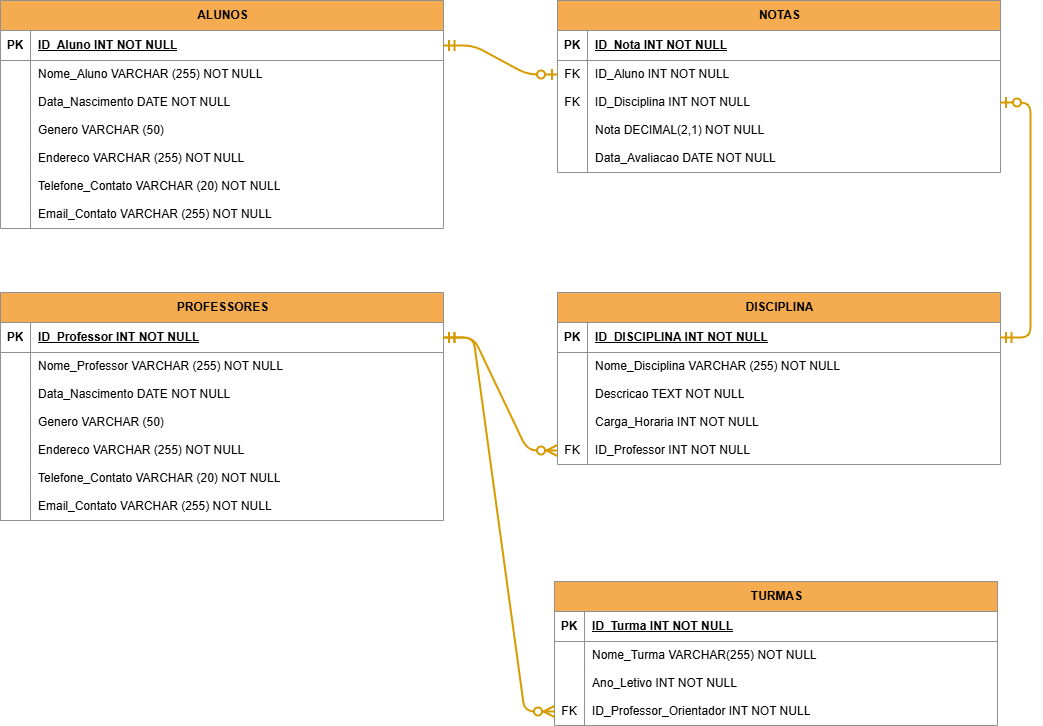
The draw.io diagram Representations/tbl_lgc_keys.png in matheusvieger/Data_Collection_Storage, before a commit. Source tidied: cells renumbered, new cells last; positions are measured from the earlier drawing's top-left corner, leaving out a move shared by most shapes.
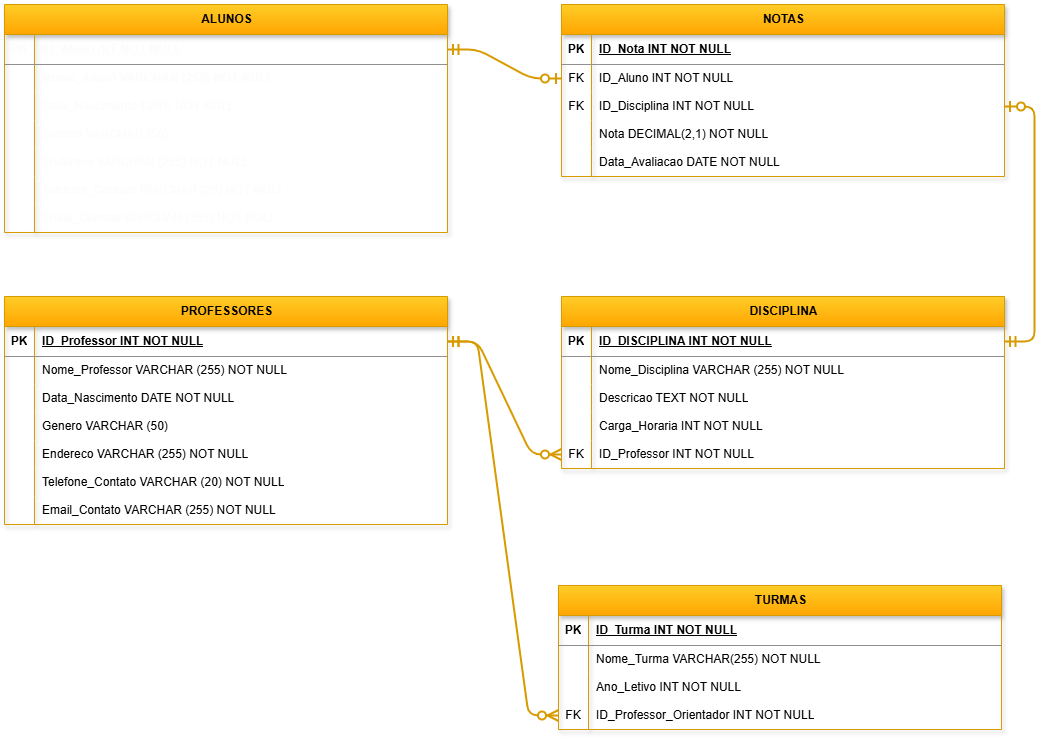
The same file after the commit.

Diff of the diagram source:
```diff
@@ -2,73 +2,73 @@
   <root>
     <mxCell id="0" />
     <mxCell id="1" parent="0" />
-    <mxCell id="2" value="ALUNOS" style="shape=table;startSize=30;rowLines=0;fontStyle=1;align=center;html=1;labelBackgroundColor=none;fillColor=#F5AB50;strokeColor=#909090;fontColor=#000000;rounded=0;labelBorderColor=none;" parent="1" vertex="1">
+    <mxCell id="2" value="ALUNOS" style="shape=table;startSize=30;rowLines=0;fontStyle=1;align=center;html=1;labelBackgroundColor=none;fillColor=#ffcd28;strokeColor=#d79b00;rounded=0;labelBorderColor=none;gradientColor=#ffa500;swimlaneLine=1;shadow=1;" parent="1" vertex="1">
       <mxGeometry width="443" height="228" as="geometry" />
     </mxCell>
-    <mxCell id="3" style="shape=tableRow;horizontal=0;startSize=0;swimlaneHead=0;swimlaneBody=0;fillColor=none;points=[[0,0.5],[1,0.5]];portConstraint=eastwest;top=0;left=0;right=0;bottom=1;labelBackgroundColor=default;strokeColor=#909090;fontColor=#000000;rounded=0;labelBorderColor=none;" parent="2" vertex="1">
+    <mxCell id="3" style="shape=tableRow;horizontal=0;startSize=0;swimlaneHead=0;swimlaneBody=0;fillColor=none;points=[[0,0.5],[1,0.5]];portConstraint=eastwest;top=0;left=0;right=0;bottom=1;labelBackgroundColor=none;strokeColor=#909090;fontColor=#fcfcfc;rounded=0;labelBorderColor=none;" parent="2" vertex="1">
       <mxGeometry y="30" width="443" height="30" as="geometry" />
     </mxCell>
-    <mxCell id="4" value="PK" style="shape=partialRectangle;fillColor=none;top=0;left=0;bottom=0;right=0;fontStyle=1;overflow=hidden;whiteSpace=wrap;html=1;labelBackgroundColor=default;strokeColor=#909090;fontColor=#000000;rounded=0;labelBorderColor=none;" parent="3" vertex="1">
+    <mxCell id="4" value="PK" style="shape=partialRectangle;fillColor=none;top=0;left=0;bottom=0;right=0;fontStyle=1;overflow=hidden;whiteSpace=wrap;html=1;labelBackgroundColor=none;strokeColor=#909090;fontColor=#fcfcfc;rounded=0;labelBorderColor=none;" parent="3" vertex="1">
       <mxGeometry width="30" height="30" as="geometry" />
     </mxCell>
-    <mxCell id="5" value="ID_Aluno INT NOT NULL" style="shape=partialRectangle;fillColor=none;top=0;left=0;bottom=0;right=0;align=left;spacingLeft=6;fontStyle=5;overflow=hidden;whiteSpace=wrap;html=1;labelBackgroundColor=default;strokeColor=#909090;fontColor=#000000;rounded=0;labelBorderColor=none;" parent="3" vertex="1">
+    <mxCell id="5" value="ID_Aluno INT NOT NULL" style="shape=partialRectangle;fillColor=none;top=0;left=0;bottom=0;right=0;align=left;spacingLeft=6;fontStyle=5;overflow=hidden;whiteSpace=wrap;html=1;labelBackgroundColor=none;strokeColor=#909090;fontColor=#fcfcfc;rounded=0;labelBorderColor=none;" parent="3" vertex="1">
       <mxGeometry x="30" width="413" height="30" as="geometry" />
     </mxCell>
-    <mxCell id="6" style="shape=tableRow;horizontal=0;startSize=0;swimlaneHead=0;swimlaneBody=0;fillColor=none;top=0;left=0;right=0;bottom=0;labelBackgroundColor=default;strokeColor=#909090;fontColor=#000000;rounded=0;labelBorderColor=none;" parent="2" vertex="1">
+    <mxCell id="6" style="shape=tableRow;horizontal=0;startSize=0;swimlaneHead=0;swimlaneBody=0;fillColor=none;top=0;left=0;right=0;bottom=0;labelBackgroundColor=none;strokeColor=#909090;fontColor=#fcfcfc;rounded=0;labelBorderColor=none;" parent="2" vertex="1">
       <mxGeometry y="60" width="443" height="28" as="geometry" />
     </mxCell>
-    <mxCell id="7" style="shape=partialRectangle;fillColor=none;top=0;left=0;bottom=0;right=0;overflow=hidden;whiteSpace=wrap;html=1;labelBackgroundColor=default;strokeColor=#909090;fontColor=#000000;rounded=0;labelBorderColor=none;" parent="6" vertex="1">
+    <mxCell id="7" style="shape=partialRectangle;fillColor=none;top=0;left=0;bottom=0;right=0;overflow=hidden;whiteSpace=wrap;html=1;labelBackgroundColor=none;strokeColor=#909090;fontColor=#fcfcfc;rounded=0;labelBorderColor=none;" parent="6" vertex="1">
       <mxGeometry width="30" height="28" as="geometry" />
     </mxCell>
-    <mxCell id="8" value="Nome_Aluno VARCHAR (255) NOT NULL" style="shape=partialRectangle;fillColor=none;top=0;left=0;bottom=0;right=0;align=left;spacingLeft=6;overflow=hidden;whiteSpace=wrap;html=1;labelBackgroundColor=default;strokeColor=#909090;fontColor=#000000;rounded=0;labelBorderColor=none;" parent="6" vertex="1">
+    <mxCell id="8" value="&lt;b&gt;Nome_Aluno VARCHAR (255) NOT NULL&lt;/b&gt;" style="shape=partialRectangle;fillColor=none;top=0;left=0;bottom=0;right=0;align=left;spacingLeft=6;overflow=hidden;whiteSpace=wrap;html=1;labelBackgroundColor=none;strokeColor=#909090;fontColor=#fcfcfc;rounded=0;labelBorderColor=none;" parent="6" vertex="1">
       <mxGeometry x="30" width="413" height="28" as="geometry" />
     </mxCell>
-    <mxCell id="9" style="shape=tableRow;horizontal=0;startSize=0;swimlaneHead=0;swimlaneBody=0;fillColor=none;top=0;left=0;right=0;bottom=0;labelBackgroundColor=default;strokeColor=#909090;fontColor=#000000;rounded=0;labelBorderColor=none;" parent="2" vertex="1">
+    <mxCell id="9" style="shape=tableRow;horizontal=0;startSize=0;swimlaneHead=0;swimlaneBody=0;fillColor=none;top=0;left=0;right=0;bottom=0;labelBackgroundColor=none;strokeColor=#909090;fontColor=#fcfcfc;rounded=0;labelBorderColor=none;" parent="2" vertex="1">
       <mxGeometry y="88" width="443" height="28" as="geometry" />
     </mxCell>
-    <mxCell id="10" style="shape=partialRectangle;fillColor=none;top=0;left=0;bottom=0;right=0;overflow=hidden;whiteSpace=wrap;html=1;labelBackgroundColor=default;strokeColor=#909090;fontColor=#000000;rounded=0;labelBorderColor=none;" parent="9" vertex="1">
+    <mxCell id="10" style="shape=partialRectangle;fillColor=none;top=0;left=0;bottom=0;right=0;overflow=hidden;whiteSpace=wrap;html=1;labelBackgroundColor=none;strokeColor=#909090;fontColor=#fcfcfc;rounded=0;labelBorderColor=none;" parent="9" vertex="1">
       <mxGeometry width="30" height="28" as="geometry" />
     </mxCell>
-    <mxCell id="11" value="Data_Nascimento DATE NOT NULL" style="shape=partialRectangle;fillColor=none;top=0;left=0;bottom=0;right=0;align=left;spacingLeft=6;overflow=hidden;whiteSpace=wrap;html=1;labelBackgroundColor=default;strokeColor=#909090;fontColor=#000000;rounded=0;labelBorderColor=none;" parent="9" vertex="1">
+    <mxCell id="11" value="Data_Nascimento DATE NOT NULL" style="shape=partialRectangle;fillColor=none;top=0;left=0;bottom=0;right=0;align=left;spacingLeft=6;overflow=hidden;whiteSpace=wrap;html=1;labelBackgroundColor=none;strokeColor=#909090;fontColor=#fcfcfc;rounded=0;labelBorderColor=none;" parent="9" vertex="1">
       <mxGeometry x="30" width="413" height="28" as="geometry" />
     </mxCell>
-    <mxCell id="12" style="shape=tableRow;horizontal=0;startSize=0;swimlaneHead=0;swimlaneBody=0;fillColor=none;top=0;left=0;right=0;bottom=0;labelBackgroundColor=default;strokeColor=#909090;fontColor=#000000;rounded=0;labelBorderColor=none;" parent="2" vertex="1">
+    <mxCell id="12" style="shape=tableRow;horizontal=0;startSize=0;swimlaneHead=0;swimlaneBody=0;fillColor=none;top=0;left=0;right=0;bottom=0;labelBackgroundColor=none;strokeColor=#909090;fontColor=#fcfcfc;rounded=0;labelBorderColor=none;" parent="2" vertex="1">
       <mxGeometry y="116" width="443" height="28" as="geometry" />
     </mxCell>
-    <mxCell id="13" style="shape=partialRectangle;fillColor=none;top=0;left=0;bottom=0;right=0;overflow=hidden;whiteSpace=wrap;html=1;labelBackgroundColor=default;strokeColor=#909090;fontColor=#000000;rounded=0;labelBorderColor=none;" parent="12" vertex="1">
+    <mxCell id="13" style="shape=partialRectangle;fillColor=none;top=0;left=0;bottom=0;right=0;overflow=hidden;whiteSpace=wrap;html=1;labelBackgroundColor=none;strokeColor=#909090;fontColor=#fcfcfc;rounded=0;labelBorderColor=none;" parent="12" vertex="1">
       <mxGeometry width="30" height="28" as="geometry" />
     </mxCell>
-    <mxCell id="14" value="Genero VARCHAR (50)" style="shape=partialRectangle;fillColor=none;top=0;left=0;bottom=0;right=0;align=left;spacingLeft=6;overflow=hidden;whiteSpace=wrap;html=1;labelBackgroundColor=default;strokeColor=#909090;fontColor=#000000;rounded=0;labelBorderColor=none;" parent="12" vertex="1">
+    <mxCell id="14" value="Genero VARCHAR (50)" style="shape=partialRectangle;fillColor=none;top=0;left=0;bottom=0;right=0;align=left;spacingLeft=6;overflow=hidden;whiteSpace=wrap;html=1;labelBackgroundColor=none;strokeColor=#909090;fontColor=#fcfcfc;rounded=0;labelBorderColor=none;" parent="12" vertex="1">
       <mxGeometry x="30" width="413" height="28" as="geometry" />
     </mxCell>
-    <mxCell id="15" style="shape=tableRow;horizontal=0;startSize=0;swimlaneHead=0;swimlaneBody=0;fillColor=none;top=0;left=0;right=0;bottom=0;labelBackgroundColor=default;strokeColor=#909090;fontColor=#000000;rounded=0;labelBorderColor=none;" parent="2" vertex="1">
+    <mxCell id="15" style="shape=tableRow;horizontal=0;startSize=0;swimlaneHead=0;swimlaneBody=0;fillColor=none;top=0;left=0;right=0;bottom=0;labelBackgroundColor=none;strokeColor=#909090;fontColor=#fcfcfc;rounded=0;labelBorderColor=none;" parent="2" vertex="1">
       <mxGeometry y="144" width="443" height="28" as="geometry" />
     </mxCell>
-    <mxCell id="16" style="shape=partialRectangle;fillColor=none;top=0;left=0;bottom=0;right=0;overflow=hidden;whiteSpace=wrap;html=1;labelBackgroundColor=default;strokeColor=#909090;fontColor=#000000;rounded=0;labelBorderColor=none;" parent="15" vertex="1">
+    <mxCell id="16" style="shape=partialRectangle;fillColor=none;top=0;left=0;bottom=0;right=0;overflow=hidden;whiteSpace=wrap;html=1;labelBackgroundColor=none;strokeColor=#909090;fontColor=#fcfcfc;rounded=0;labelBorderColor=none;" parent="15" vertex="1">
       <mxGeometry width="30" height="28" as="geometry" />
     </mxCell>
-    <mxCell id="17" value="Endereco VARCHAR (255) NOT NULL" style="shape=partialRectangle;fillColor=none;top=0;left=0;bottom=0;right=0;align=left;spacingLeft=6;overflow=hidden;whiteSpace=wrap;html=1;labelBackgroundColor=default;strokeColor=#909090;fontColor=#000000;rounded=0;labelBorderColor=none;" parent="15" vertex="1">
+    <mxCell id="17" value="Endereco VARCHAR (255) NOT NULL" style="shape=partialRectangle;fillColor=none;top=0;left=0;bottom=0;right=0;align=left;spacingLeft=6;overflow=hidden;whiteSpace=wrap;html=1;labelBackgroundColor=none;strokeColor=#909090;fontColor=#fcfcfc;rounded=0;labelBorderColor=none;" parent="15" vertex="1">
       <mxGeometry x="30" width="413" height="28" as="geometry" />
     </mxCell>
-    <mxCell id="18" style="shape=tableRow;horizontal=0;startSize=0;swimlaneHead=0;swimlaneBody=0;fillColor=none;top=0;left=0;right=0;bottom=0;labelBackgroundColor=default;strokeColor=#909090;fontColor=#000000;rounded=0;labelBorderColor=none;" parent="2" vertex="1">
+    <mxCell id="18" style="shape=tableRow;horizontal=0;startSize=0;swimlaneHead=0;swimlaneBody=0;fillColor=none;top=0;left=0;right=0;bottom=0;labelBackgroundColor=none;strokeColor=#909090;fontColor=#fcfcfc;rounded=0;labelBorderColor=none;" parent="2" vertex="1">
       <mxGeometry y="172" width="443" height="28" as="geometry" />
     </mxCell>
-    <mxCell id="19" style="shape=partialRectangle;fillColor=none;top=0;left=0;bottom=0;right=0;overflow=hidden;whiteSpace=wrap;html=1;labelBackgroundColor=default;strokeColor=#909090;fontColor=#000000;rounded=0;labelBorderColor=none;" parent="18" vertex="1">
+    <mxCell id="19" style="shape=partialRectangle;fillColor=none;top=0;left=0;bottom=0;right=0;overflow=hidden;whiteSpace=wrap;html=1;labelBackgroundColor=none;strokeColor=#909090;fontColor=#fcfcfc;rounded=0;labelBorderColor=none;" parent="18" vertex="1">
       <mxGeometry width="30" height="28" as="geometry" />
     </mxCell>
-    <mxCell id="20" value="Telefone_Contato VARCHAR (20) NOT NULL" style="shape=partialRectangle;fillColor=none;top=0;left=0;bottom=0;right=0;align=left;spacingLeft=6;overflow=hidden;whiteSpace=wrap;html=1;labelBackgroundColor=default;strokeColor=#909090;fontColor=#000000;rounded=0;labelBorderColor=none;" parent="18" vertex="1">
+    <mxCell id="20" value="Telefone_Contato VARCHAR (20) NOT NULL" style="shape=partialRectangle;fillColor=none;top=0;left=0;bottom=0;right=0;align=left;spacingLeft=6;overflow=hidden;whiteSpace=wrap;html=1;labelBackgroundColor=none;strokeColor=#909090;fontColor=#fcfcfc;rounded=0;labelBorderColor=none;" parent="18" vertex="1">
       <mxGeometry x="30" width="413" height="28" as="geometry" />
     </mxCell>
-    <mxCell id="21" style="shape=tableRow;horizontal=0;startSize=0;swimlaneHead=0;swimlaneBody=0;fillColor=none;top=0;left=0;right=0;bottom=0;labelBackgroundColor=default;strokeColor=#909090;fontColor=#000000;rounded=0;labelBorderColor=none;" parent="2" vertex="1">
+    <mxCell id="21" style="shape=tableRow;horizontal=0;startSize=0;swimlaneHead=0;swimlaneBody=0;fillColor=none;top=0;left=0;right=0;bottom=0;labelBackgroundColor=none;strokeColor=#909090;fontColor=#fcfcfc;rounded=0;labelBorderColor=none;" parent="2" vertex="1">
       <mxGeometry y="200" width="443" height="28" as="geometry" />
     </mxCell>
-    <mxCell id="22" style="shape=partialRectangle;fillColor=none;top=0;left=0;bottom=0;right=0;overflow=hidden;whiteSpace=wrap;html=1;labelBackgroundColor=default;strokeColor=#909090;fontColor=#000000;rounded=0;labelBorderColor=none;" parent="21" vertex="1">
+    <mxCell id="22" style="shape=partialRectangle;fillColor=none;top=0;left=0;bottom=0;right=0;overflow=hidden;whiteSpace=wrap;html=1;labelBackgroundColor=none;strokeColor=#909090;fontColor=#fcfcfc;rounded=0;labelBorderColor=none;" parent="21" vertex="1">
       <mxGeometry width="30" height="28" as="geometry" />
     </mxCell>
-    <mxCell id="23" value="Email_Contato VARCHAR (255) NOT NULL" style="shape=partialRectangle;fillColor=none;top=0;left=0;bottom=0;right=0;align=left;spacingLeft=6;overflow=hidden;whiteSpace=wrap;html=1;labelBackgroundColor=default;strokeColor=#909090;fontColor=#000000;rounded=0;labelBorderColor=none;" parent="21" vertex="1">
+    <mxCell id="23" value="Email_Contato VARCHAR (255) NOT NULL" style="shape=partialRectangle;fillColor=none;top=0;left=0;bottom=0;right=0;align=left;spacingLeft=6;overflow=hidden;whiteSpace=wrap;html=1;labelBackgroundColor=none;strokeColor=#909090;fontColor=#fcfcfc;rounded=0;labelBorderColor=none;" parent="21" vertex="1">
       <mxGeometry x="30" width="413" height="28" as="geometry" />
     </mxCell>
-    <mxCell id="24" value="PROFESSORES" style="shape=table;startSize=30;rowLines=0;fontStyle=1;align=center;html=1;labelBackgroundColor=none;fillColor=#F5AB50;strokeColor=#909090;fontColor=#000000;rounded=0;labelBorderColor=none;" parent="1" vertex="1">
+    <mxCell id="24" value="PROFESSORES" style="shape=table;startSize=30;rowLines=0;fontStyle=1;align=center;html=1;labelBackgroundColor=none;fillColor=#ffcd28;strokeColor=#d79b00;rounded=0;labelBorderColor=none;gradientColor=#ffa500;shadow=1;" parent="1" vertex="1">
       <mxGeometry y="292" width="443" height="228" as="geometry" />
     </mxCell>
     <mxCell id="25" style="shape=tableRow;horizontal=0;startSize=0;swimlaneHead=0;swimlaneBody=0;fillColor=none;points=[[0,0.5],[1,0.5]];portConstraint=eastwest;top=0;left=0;right=0;bottom=1;labelBackgroundColor=default;strokeColor=#909090;fontColor=#000000;rounded=0;labelBorderColor=none;" parent="24" vertex="1">
@@ -134,7 +134,7 @@
     <mxCell id="45" value="Email_Contato VARCHAR (255) NOT NULL" style="shape=partialRectangle;fillColor=none;top=0;left=0;bottom=0;right=0;align=left;spacingLeft=6;overflow=hidden;whiteSpace=wrap;html=1;labelBackgroundColor=default;strokeColor=#909090;fontColor=#000000;rounded=0;labelBorderColor=none;" parent="43" vertex="1">
       <mxGeometry x="30" width="413" height="28" as="geometry" />
     </mxCell>
-    <mxCell id="46" value="DISCIPLINA" style="shape=table;startSize=30;rowLines=0;fontStyle=1;align=center;html=1;labelBackgroundColor=none;fillColor=#F5AB50;strokeColor=#909090;fontColor=#000000;rounded=0;labelBorderColor=none;" parent="1" vertex="1">
+    <mxCell id="46" value="DISCIPLINA" style="shape=table;startSize=30;rowLines=0;fontStyle=1;align=center;html=1;labelBackgroundColor=none;fillColor=#ffcd28;strokeColor=#d79b00;rounded=0;labelBorderColor=none;gradientColor=#ffa500;shadow=1;" parent="1" vertex="1">
       <mxGeometry x="557" y="292" width="443" height="172" as="geometry" />
     </mxCell>
     <mxCell id="47" style="shape=tableRow;horizontal=0;startSize=0;swimlaneHead=0;swimlaneBody=0;fillColor=none;points=[[0,0.5],[1,0.5]];portConstraint=eastwest;top=0;left=0;right=0;bottom=1;labelBackgroundColor=default;strokeColor=#909090;fontColor=#000000;rounded=0;labelBorderColor=none;" parent="46" vertex="1">
@@ -182,7 +182,7 @@
     <mxCell id="61" value="ID_Professor INT NOT NULL" style="shape=partialRectangle;fillColor=none;top=0;left=0;bottom=0;right=0;align=left;spacingLeft=6;overflow=hidden;whiteSpace=wrap;html=1;labelBackgroundColor=default;strokeColor=#909090;fontColor=#000000;rounded=0;labelBorderColor=none;" parent="59" vertex="1">
       <mxGeometry x="30" width="413" height="28" as="geometry" />
     </mxCell>
-    <mxCell id="62" style="edgeStyle=entityRelationEdgeStyle;fontSize=12;html=1;endArrow=ERzeroToMany;startArrow=ERmandOne;rounded=1;startSize=8;endSize=8;curved=0;exitX=1;exitY=0.5;exitDx=0;exitDy=0;entryX=0;entryY=0.5;entryDx=0;entryDy=0;labelBackgroundColor=default;strokeColor=#d79b00;fontColor=#000000;labelBorderColor=none;strokeWidth=2;fillColor=#ffcd28;gradientColor=#ffa500;" parent="1" edge="1" source="25" target="59">
+    <mxCell id="62" style="edgeStyle=entityRelationEdgeStyle;fontSize=12;html=1;endArrow=ERzeroToMany;startArrow=ERmandOne;rounded=1;startSize=8;endSize=8;curved=0;exitX=1;exitY=0.5;exitDx=0;exitDy=0;entryX=0;entryY=0.5;entryDx=0;entryDy=0;labelBackgroundColor=default;strokeColor=#d79b00;fontColor=#000000;labelBorderColor=none;strokeWidth=2;fillColor=#ffcd28;gradientColor=#ffa500;jumpStyle=none;" parent="1" edge="1" source="25" target="59">
       <mxGeometry relative="1" as="geometry">
         <Array as="points">
           <mxPoint x="534" y="508" />
@@ -190,7 +190,7 @@
         </Array>
       </mxGeometry>
     </mxCell>
-    <mxCell id="63" value="NOTAS" style="shape=table;startSize=30;rowLines=0;fontStyle=1;align=center;html=1;labelBackgroundColor=none;fillColor=#F5AB50;strokeColor=#909090;fontColor=#000000;rounded=0;labelBorderColor=none;" parent="1" vertex="1">
+    <mxCell id="63" value="NOTAS" style="shape=table;startSize=30;rowLines=0;fontStyle=1;align=center;html=1;labelBackgroundColor=none;fillColor=#ffcd28;strokeColor=#d79b00;rounded=0;labelBorderColor=none;gradientColor=#ffa500;shadow=1;" parent="1" vertex="1">
       <mxGeometry x="557" width="443" height="172" as="geometry" />
     </mxCell>
     <mxCell id="64" style="shape=tableRow;horizontal=0;startSize=0;swimlaneHead=0;swimlaneBody=0;fillColor=none;top=0;left=0;right=0;bottom=1;labelBackgroundColor=default;strokeColor=#909090;fontColor=#000000;rounded=0;labelBorderColor=none;" parent="63" vertex="1">
@@ -238,7 +238,7 @@
     <mxCell id="78" value="Data_Avaliacao DATE NOT NULL" style="shape=partialRectangle;fillColor=none;top=0;left=0;bottom=0;right=0;align=left;spacingLeft=6;overflow=hidden;whiteSpace=wrap;html=1;labelBackgroundColor=default;strokeColor=#909090;fontColor=#000000;rounded=0;labelBorderColor=none;" parent="76" vertex="1">
       <mxGeometry x="30" width="413" height="28" as="geometry" />
     </mxCell>
-    <mxCell id="79" value="TURMAS" style="shape=table;startSize=30;rowLines=0;fontStyle=1;align=center;html=1;labelBackgroundColor=none;fillColor=#F5AB50;strokeColor=#909090;fontColor=#000000;rounded=0;labelBorderColor=none;" parent="1" vertex="1">
+    <mxCell id="79" value="TURMAS" style="shape=table;startSize=30;rowLines=0;fontStyle=1;align=center;html=1;labelBackgroundColor=none;fillColor=#ffcd28;strokeColor=#d79b00;rounded=0;labelBorderColor=none;gradientColor=#ffa500;shadow=1;" parent="1" vertex="1">
       <mxGeometry x="554" y="581" width="443" height="144" as="geometry" />
     </mxCell>
     <mxCell id="80" style="shape=tableRow;horizontal=0;startSize=0;swimlaneHead=0;swimlaneBody=0;fillColor=none;top=0;left=0;right=0;bottom=1;labelBackgroundColor=default;strokeColor=#909090;fontColor=#000000;rounded=0;labelBorderColor=none;" parent="79" vertex="1">
```
